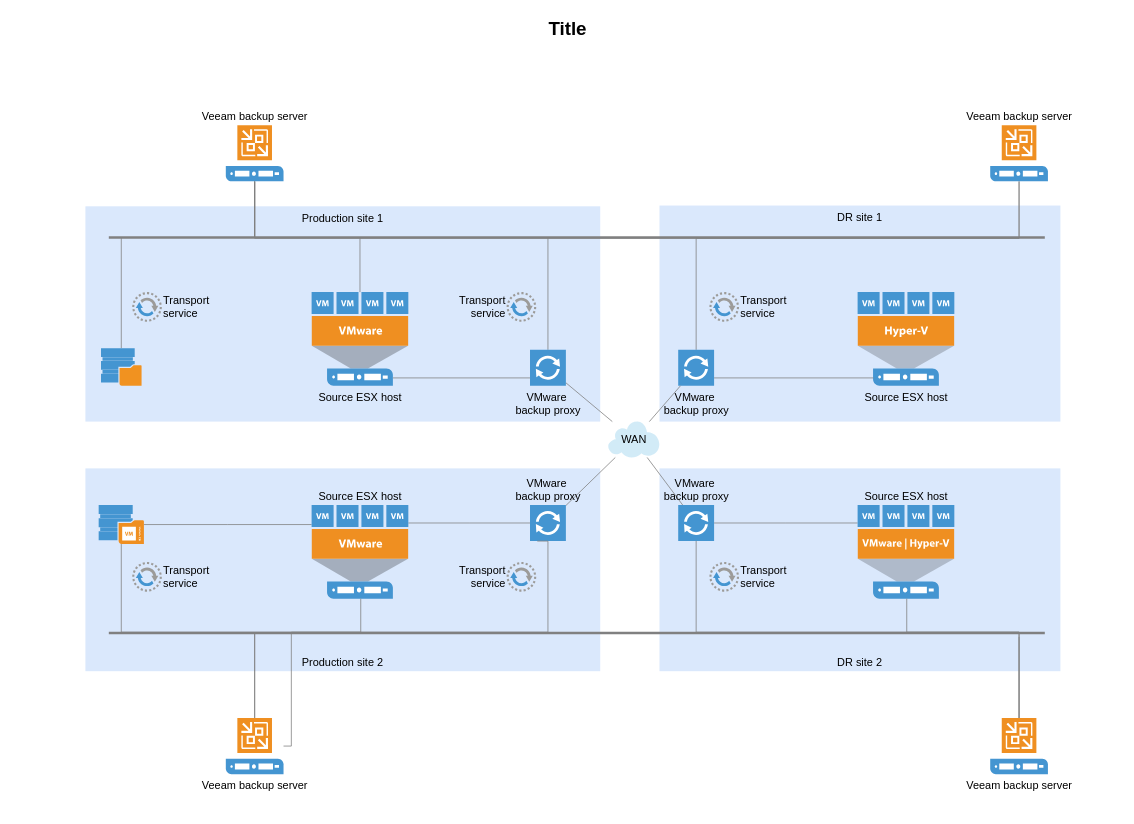
stanleyblue/clash-win-docs-new keeps this draw.io diagram as docs/未命名绘图.drawio. Above is the earlier version. Source tidied: cells renumbered, new cells numbered last; positions are measured from the earlier drawing's top-left corner, leaving out a move shared by most shapes. Both pictures are drawn from the tidied source at 78%, with x=0, y=0 at pixel (13, 13).
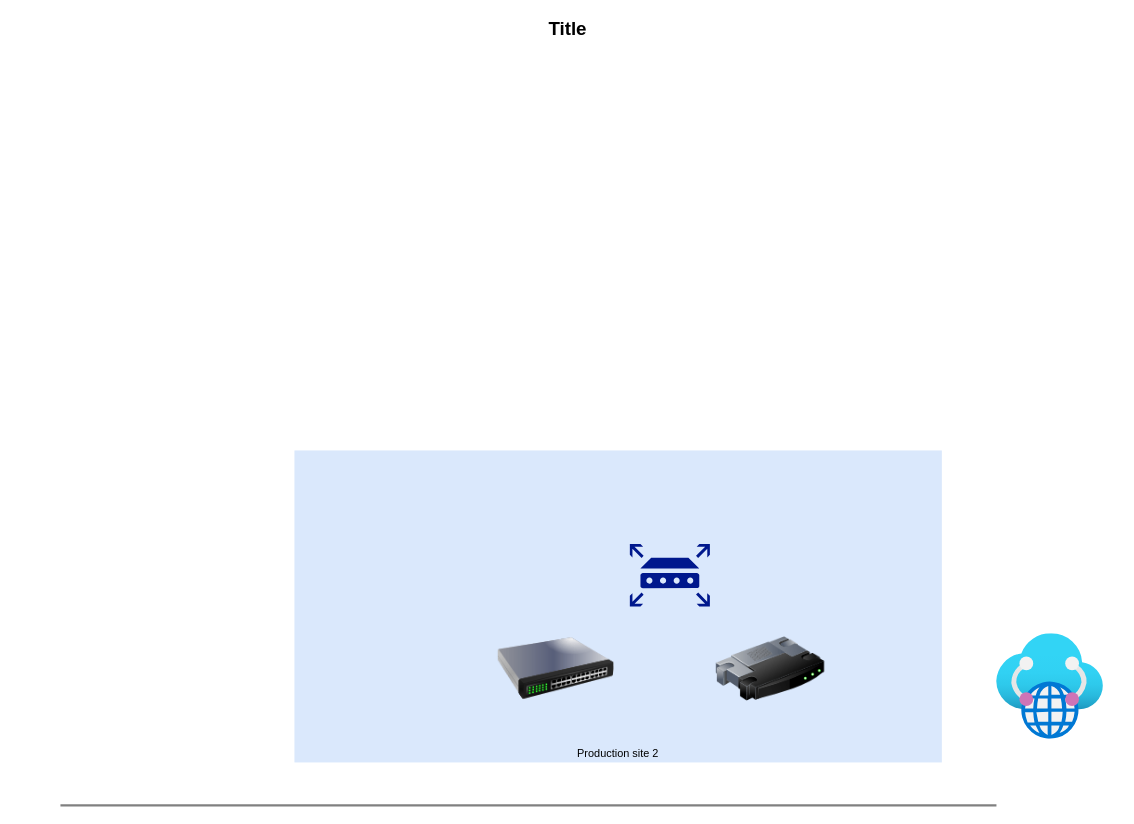
After the change.

The edit, as a diff of the source:
```diff
@@
-    <mxCell id="2" value="DR site 2" style="whiteSpace=wrap;html=1;fillColor=#dae8fc;fontSize=14;strokeColor=none;verticalAlign=bottom;" parent="1" vertex="1">
-      <mxGeometry x="828" y="583" width="514" height="260" as="geometry" />
-    </mxCell>
     <mxCell id="3" value="Production site 2" style="whiteSpace=wrap;html=1;fillColor=#dae8fc;fontSize=14;strokeColor=none;verticalAlign=bottom;" parent="1" vertex="1">
-      <mxGeometry x="92" y="583" width="660" height="260" as="geometry" />
+      <mxGeometry x="360" y="560" width="830" height="400" as="geometry" />
     </mxCell>
-    <mxCell id="4" value="DR site 1" style="whiteSpace=wrap;html=1;fillColor=#dae8fc;fontSize=14;strokeColor=none;verticalAlign=top;" parent="1" vertex="1">
-      <mxGeometry x="828" y="246" width="514" height="277" as="geometry" />
-    </mxCell>
-    <mxCell id="5" value="Production site 1" style="whiteSpace=wrap;html=1;fillColor=#dae8fc;fontSize=14;strokeColor=none;verticalAlign=top;" parent="1" vertex="1">
-      <mxGeometry x="92" y="247" width="660" height="276" as="geometry" />
-    </mxCell>
-    <mxCell id="6" style="edgeStyle=orthogonalEdgeStyle;rounded=0;html=1;startSize=10;endSize=10;jettySize=auto;fontSize=14;endArrow=none;endFill=0;strokeColor=#808080;" parent="1" edge="1" source="9" target="14">
-      <mxGeometry relative="1" as="geometry">
-        <Array as="points">
-          <mxPoint x="309" y="287" />
-          <mxPoint x="444" y="287" />
-        </Array>
-      </mxGeometry>
-    </mxCell>
-    <mxCell id="7" style="edgeStyle=orthogonalEdgeStyle;rounded=0;html=1;startSize=10;endSize=10;jettySize=auto;fontSize=14;endArrow=none;endFill=0;strokeColor=#808080;" parent="1" edge="1" source="9" target="18">
-      <mxGeometry relative="1" as="geometry">
-        <Array as="points">
-          <mxPoint x="309" y="287" />
-          <mxPoint x="685" y="287" />
-        </Array>
-      </mxGeometry>
-    </mxCell>
-    <mxCell id="8" style="edgeStyle=orthogonalEdgeStyle;rounded=0;html=1;startSize=10;endSize=10;jettySize=auto;fontSize=14;endArrow=none;endFill=0;strokeColor=#808080;" parent="1" edge="1" source="9" target="11">
-      <mxGeometry relative="1" as="geometry">
-        <Array as="points">
-          <mxPoint x="309" y="288" />
-          <mxPoint x="1289" y="288" />
-        </Array>
-      </mxGeometry>
-    </mxCell>
-    <mxCell id="9" value="Veeam backup server" style="shadow=0;dashed=0;html=1;strokeColor=none;fillColor=#4495D1;labelPosition=center;verticalLabelPosition=top;verticalAlign=bottom;shape=mxgraph.veeam.2d.veeam_backup_and_replication_server;fontSize=14;align=center;" parent="1" vertex="1">
-      <mxGeometry x="272" y="143" width="74" height="72" as="geometry" />
-    </mxCell>
-    <mxCell id="10" style="edgeStyle=orthogonalEdgeStyle;rounded=0;html=1;startSize=10;endSize=10;jettySize=auto;fontSize=14;endArrow=none;endFill=0;strokeColor=#808080;" parent="1" edge="1" source="11" target="20">
-      <mxGeometry relative="1" as="geometry">
-        <Array as="points">
-          <mxPoint x="1289" y="288" />
-          <mxPoint x="875" y="288" />
-        </Array>
-      </mxGeometry>
-    </mxCell>
-    <mxCell id="11" value="Veeam backup server" style="shadow=0;dashed=0;html=1;strokeColor=none;fillColor=#4495D1;labelPosition=center;verticalLabelPosition=top;verticalAlign=bottom;shape=mxgraph.veeam.2d.veeam_backup_and_replication_server;fontSize=14;align=center;" parent="1" vertex="1">
-      <mxGeometry x="1252" y="143" width="74" height="72" as="geometry" />
-    </mxCell>
-    <mxCell id="12" style="edgeStyle=orthogonalEdgeStyle;rounded=0;html=1;startSize=10;endSize=10;jettySize=auto;fontSize=14;endArrow=none;endFill=0;strokeColor=#808080;" parent="1" edge="1" source="13" target="9">
-      <mxGeometry relative="1" as="geometry">
-        <Array as="points">
-          <mxPoint x="138" y="287" />
-          <mxPoint x="309" y="287" />
-        </Array>
-      </mxGeometry>
-    </mxCell>
-    <mxCell id="13" style="shadow=0;dashed=0;html=1;strokeColor=none;fillColor=#4495D1;labelPosition=center;verticalLabelPosition=bottom;verticalAlign=top;shape=mxgraph.veeam.2d.backup_repository;fontSize=14;" parent="1" vertex="1">
-      <mxGeometry x="112" y="429" width="52" height="48" as="geometry" />
-    </mxCell>
-    <mxCell id="14" value="Source ESX host" style="shadow=0;dashed=0;html=1;strokeColor=none;fillColor=#4495D1;labelPosition=center;verticalLabelPosition=bottom;verticalAlign=top;shape=mxgraph.veeam.2d.vmware_host;fontSize=14;" parent="1" vertex="1">
-      <mxGeometry x="382" y="357" width="124" height="120" as="geometry" />
-    </mxCell>
-    <mxCell id="15" value="Source ESX host" style="shadow=0;dashed=0;html=1;strokeColor=none;fillColor=#4495D1;labelPosition=center;verticalLabelPosition=bottom;verticalAlign=top;shape=mxgraph.veeam.2d.hyper_v_host;fontFamily=Helvetica;fontSize=14;fontColor=#000000;align=center;" parent="1" vertex="1">
-      <mxGeometry x="1082" y="357" width="124" height="120" as="geometry" />
-    </mxCell>
-    <mxCell id="16" style="rounded=0;html=1;startSize=10;endSize=10;jettySize=auto;fontSize=14;endArrow=none;endFill=0;strokeColor=#808080;" parent="1" edge="1" source="18" target="22">
-      <mxGeometry relative="1" as="geometry" />
-    </mxCell>
-    <mxCell id="17" style="edgeStyle=elbowEdgeStyle;rounded=0;elbow=vertical;html=1;startSize=10;endArrow=none;endFill=0;endSize=10;jettySize=auto;strokeColor=#808080;fontSize=14;entryX=0.841;entryY=0.917;entryPerimeter=0;" parent="1" edge="1" source="18" target="14">
-      <mxGeometry relative="1" as="geometry">
-        <Array as="points">
-          <mxPoint x="584" y="467" />
-        </Array>
-      </mxGeometry>
-    </mxCell>
-    <mxCell id="18" value="VMware&amp;nbsp;&lt;div&gt;backup&amp;nbsp;&lt;span&gt;proxy&lt;/span&gt;&lt;/div&gt;" style="shadow=0;dashed=0;html=1;strokeColor=none;fillColor=#4495D1;labelPosition=center;verticalLabelPosition=bottom;verticalAlign=top;shape=mxgraph.veeam.2d.proxy;fontSize=14;" parent="1" vertex="1">
-      <mxGeometry x="662" y="431" width="46" height="46" as="geometry" />
-    </mxCell>
-    <mxCell id="19" style="edgeStyle=elbowEdgeStyle;rounded=0;html=1;startSize=10;endSize=10;jettySize=auto;fontSize=14;endArrow=none;endFill=0;strokeColor=#808080;elbow=vertical;entryX=0.164;entryY=0.919;entryPerimeter=0;" parent="1" edge="1" source="20" target="15">
-      <mxGeometry relative="1" as="geometry">
-        <Array as="points">
-          <mxPoint x="990" y="467" />
-        </Array>
-      </mxGeometry>
-    </mxCell>
-    <mxCell id="20" value="VMware&amp;nbsp;&lt;div&gt;backup&amp;nbsp;&lt;span&gt;proxy&lt;/span&gt;&lt;/div&gt;" style="shadow=0;dashed=0;html=1;strokeColor=none;fillColor=#4495D1;labelPosition=center;verticalLabelPosition=bottom;verticalAlign=top;shape=mxgraph.veeam.2d.proxy;fontSize=14;" parent="1" vertex="1">
-      <mxGeometry x="852" y="431" width="46" height="46" as="geometry" />
-    </mxCell>
-    <mxCell id="21" style="rounded=0;html=1;startSize=10;endSize=10;jettySize=auto;fontSize=14;endArrow=none;endFill=0;strokeColor=#808080;" parent="1" edge="1" source="22" target="20">
-      <mxGeometry relative="1" as="geometry" />
-    </mxCell>
-    <mxCell id="22" value="WAN" style="shadow=0;dashed=0;html=1;strokeColor=none;fillColor=#4495D1;labelPosition=center;verticalLabelPosition=middle;verticalAlign=middle;shape=mxgraph.veeam.2d.cloud;fontSize=14;align=center;" parent="1" vertex="1">
-      <mxGeometry x="762" y="523" width="66" height="46" as="geometry" />
-    </mxCell>
-    <mxCell id="23" value="Transport&lt;div&gt;service&lt;/div&gt;" style="shadow=0;dashed=0;html=1;strokeColor=none;fillColor=#4495D1;labelPosition=right;verticalLabelPosition=middle;verticalAlign=middle;shape=mxgraph.veeam.2d.data_mover;fontSize=14;align=left;" parent="1" vertex="1">
-      <mxGeometry x="152" y="357" width="38" height="38" as="geometry" />
-    </mxCell>
-    <mxCell id="24" value="Transport&lt;div&gt;service&lt;/div&gt;" style="shadow=0;dashed=0;html=1;strokeColor=none;fillColor=#4495D1;labelPosition=left;verticalLabelPosition=middle;verticalAlign=middle;shape=mxgraph.veeam.2d.data_mover;fontSize=14;align=right;" parent="1" vertex="1">
-      <mxGeometry x="632" y="357" width="38" height="38" as="geometry" />
-    </mxCell>
-    <mxCell id="25" value="Transport&lt;div&gt;service&lt;/div&gt;" style="shadow=0;dashed=0;html=1;strokeColor=none;fillColor=#4495D1;labelPosition=right;verticalLabelPosition=middle;verticalAlign=middle;shape=mxgraph.veeam.2d.data_mover;fontSize=14;align=left;" parent="1" vertex="1">
-      <mxGeometry x="892" y="357" width="38" height="38" as="geometry" />
-    </mxCell>
-    <mxCell id="26" style="edgeStyle=elbowEdgeStyle;rounded=0;html=1;startSize=10;endSize=10;jettySize=auto;fontSize=14;endArrow=none;endFill=0;strokeColor=#808080;elbow=vertical;" parent="1" edge="1" source="27" target="29">
-      <mxGeometry relative="1" as="geometry" />
-    </mxCell>
-    <mxCell id="27" style="shadow=0;dashed=0;html=1;strokeColor=none;fillColor=#4495D1;labelPosition=center;verticalLabelPosition=bottom;verticalAlign=top;shape=mxgraph.veeam.2d.backup_repository_2;fontSize=14;" parent="1" vertex="1">
-      <mxGeometry x="109" y="630" width="58" height="50" as="geometry" />
-    </mxCell>
-    <mxCell id="28" style="edgeStyle=elbowEdgeStyle;rounded=0;html=1;startSize=10;endSize=10;jettySize=auto;fontSize=14;endArrow=none;endFill=0;strokeColor=#808080;elbow=vertical;" parent="1" edge="1" source="29" target="31">
-      <mxGeometry relative="1" as="geometry" />
-    </mxCell>
-    <mxCell id="29" value="Source ESX host" style="shadow=0;dashed=0;html=1;strokeColor=none;fillColor=#4495D1;labelPosition=center;verticalLabelPosition=top;verticalAlign=bottom;shape=mxgraph.veeam.2d.vmware_host;fontSize=14;align=center;" parent="1" vertex="1">
-      <mxGeometry x="382" y="630" width="124" height="120" as="geometry" />
-    </mxCell>
-    <mxCell id="30" style="rounded=0;html=1;startSize=10;endSize=10;jettySize=auto;fontSize=14;endArrow=none;endFill=0;strokeColor=#808080;" parent="1" edge="1" source="31" target="22">
-      <mxGeometry relative="1" as="geometry" />
-    </mxCell>
-    <mxCell id="31" value="VMware&amp;nbsp;&lt;div&gt;backup&amp;nbsp;&lt;span&gt;proxy&lt;/span&gt;&lt;/div&gt;" style="shadow=0;dashed=0;html=1;strokeColor=none;fillColor=#4495D1;labelPosition=center;verticalLabelPosition=top;verticalAlign=bottom;shape=mxgraph.veeam.2d.proxy;fontSize=14;align=center;" parent="1" vertex="1">
-      <mxGeometry x="662" y="630" width="46" height="46" as="geometry" />
-    </mxCell>
-    <mxCell id="32" style="rounded=0;html=1;startSize=10;endSize=10;jettySize=auto;fontSize=14;endArrow=none;endFill=0;strokeColor=#808080;" parent="1" edge="1" source="34" target="22">
-      <mxGeometry relative="1" as="geometry" />
-    </mxCell>
-    <mxCell id="33" style="edgeStyle=elbowEdgeStyle;rounded=0;html=1;startSize=10;endSize=10;jettySize=auto;fontSize=14;endArrow=none;endFill=0;strokeColor=#808080;elbow=vertical;" parent="1" edge="1" source="34" target="35">
-      <mxGeometry relative="1" as="geometry" />
-    </mxCell>
-    <mxCell id="34" value="VMware&amp;nbsp;&lt;div&gt;backup&amp;nbsp;&lt;span&gt;proxy&lt;/span&gt;&lt;/div&gt;" style="shadow=0;dashed=0;html=1;strokeColor=none;fillColor=#4495D1;labelPosition=center;verticalLabelPosition=top;verticalAlign=bottom;shape=mxgraph.veeam.2d.proxy;fontSize=14;align=center;" parent="1" vertex="1">
-      <mxGeometry x="852" y="630" width="46" height="46" as="geometry" />
-    </mxCell>
-    <mxCell id="35" value="Source ESX host" style="shadow=0;dashed=0;html=1;strokeColor=none;fillColor=#4495D1;labelPosition=center;verticalLabelPosition=top;verticalAlign=bottom;shape=mxgraph.veeam.2d.hyper_v_vmware_host;fontSize=14;align=center;" parent="1" vertex="1">
-      <mxGeometry x="1082" y="630" width="124" height="120" as="geometry" />
-    </mxCell>
-    <mxCell id="36" style="edgeStyle=orthogonalEdgeStyle;rounded=0;html=1;startSize=10;endSize=10;jettySize=auto;fontSize=14;endArrow=none;endFill=0;strokeColor=#808080;" parent="1" edge="1" source="39" target="27">
-      <mxGeometry relative="1" as="geometry">
-        <Array as="points">
-          <mxPoint x="309" y="793" />
-          <mxPoint x="138" y="793" />
-        </Array>
-      </mxGeometry>
-    </mxCell>
-    <mxCell id="37" style="edgeStyle=orthogonalEdgeStyle;rounded=0;html=1;startSize=10;endSize=10;jettySize=auto;fontSize=14;endArrow=none;endFill=0;strokeColor=#808080;" parent="1" edge="1" source="39" target="29">
-      <mxGeometry relative="1" as="geometry">
-        <Array as="points">
-          <mxPoint x="309" y="793" />
-          <mxPoint x="445" y="793" />
-        </Array>
-      </mxGeometry>
-    </mxCell>
-    <mxCell id="38" style="edgeStyle=orthogonalEdgeStyle;rounded=0;html=1;entryX=0.202;entryY=1.004;entryPerimeter=0;startSize=10;endSize=10;jettySize=auto;fontSize=14;endArrow=none;endFill=0;strokeColor=#808080;" parent="1" edge="1" source="39" target="31">
-      <mxGeometry relative="1" as="geometry">
-        <Array as="points">
-          <mxPoint x="356" y="793" />
-          <mxPoint x="685" y="793" />
-          <mxPoint x="685" y="677" />
-        </Array>
-      </mxGeometry>
-    </mxCell>
-    <mxCell id="39" value="Veeam backup server" style="shadow=0;dashed=0;html=1;strokeColor=none;fillColor=#4495D1;labelPosition=center;verticalLabelPosition=bottom;verticalAlign=top;shape=mxgraph.veeam.2d.veeam_backup_and_replication_server;fontSize=14;" parent="1" vertex="1">
-      <mxGeometry x="272" y="903" width="74" height="72" as="geometry" />
-    </mxCell>
-    <mxCell id="40" style="edgeStyle=orthogonalEdgeStyle;rounded=0;html=1;startSize=10;endSize=10;jettySize=auto;fontSize=14;endArrow=none;endFill=0;strokeColor=#808080;" parent="1" edge="1" source="42" target="35">
-      <mxGeometry relative="1" as="geometry">
-        <Array as="points">
-          <mxPoint x="1289" y="793" />
-          <mxPoint x="1145" y="793" />
-        </Array>
-      </mxGeometry>
-    </mxCell>
-    <mxCell id="41" style="edgeStyle=orthogonalEdgeStyle;rounded=0;html=1;startSize=10;endSize=10;jettySize=auto;fontSize=14;endArrow=none;endFill=0;strokeColor=#808080;" parent="1" edge="1" source="42" target="34">
-      <mxGeometry relative="1" as="geometry">
-        <Array as="points">
-          <mxPoint x="1289" y="793" />
-          <mxPoint x="875" y="793" />
-        </Array>
-      </mxGeometry>
-    </mxCell>
-    <mxCell id="42" value="Veeam backup server" style="shadow=0;dashed=0;html=1;strokeColor=none;fillColor=#4495D1;labelPosition=center;verticalLabelPosition=bottom;verticalAlign=top;shape=mxgraph.veeam.2d.veeam_backup_and_replication_server;fontSize=14;" parent="1" vertex="1">
-      <mxGeometry x="1252" y="903" width="74" height="72" as="geometry" />
-    </mxCell>
-    <mxCell id="43" value="Transport&lt;div&gt;service&lt;/div&gt;" style="shadow=0;dashed=0;html=1;strokeColor=none;fillColor=#4495D1;labelPosition=right;verticalLabelPosition=middle;verticalAlign=middle;shape=mxgraph.veeam.2d.data_mover;fontSize=14;align=left;" parent="1" vertex="1">
-      <mxGeometry x="152" y="703" width="38" height="38" as="geometry" />
-    </mxCell>
-    <mxCell id="44" value="Transport&lt;div&gt;service&lt;/div&gt;" style="shadow=0;dashed=0;html=1;strokeColor=none;fillColor=#4495D1;labelPosition=left;verticalLabelPosition=middle;verticalAlign=middle;shape=mxgraph.veeam.2d.data_mover;fontSize=14;align=right;" parent="1" vertex="1">
-      <mxGeometry x="632" y="703" width="38" height="38" as="geometry" />
-    </mxCell>
-    <mxCell id="45" value="Transport&lt;div&gt;service&lt;/div&gt;" style="shadow=0;dashed=0;html=1;strokeColor=none;fillColor=#4495D1;labelPosition=right;verticalLabelPosition=middle;verticalAlign=middle;shape=mxgraph.veeam.2d.data_mover;fontSize=14;align=left;" parent="1" vertex="1">
-      <mxGeometry x="892" y="703" width="38" height="38" as="geometry" />
-    </mxCell>
-    <mxCell id="46" style="line;strokeWidth=3;html=1;fillColor=none;gradientColor=none;fontSize=14;strokeColor=#808080;" parent="1" vertex="1">
-      <mxGeometry x="122" y="282" width="1200" height="10" as="geometry" />
-    </mxCell>
     <mxCell id="47" style="line;strokeWidth=3;html=1;fillColor=none;gradientColor=none;fontSize=14;strokeColor=#808080;" parent="1" vertex="1">
-      <mxGeometry x="122" y="789" width="1200" height="10" as="geometry" />
+      <mxGeometry x="60" y="1010" width="1200" height="10" as="geometry" />
     </mxCell>
-    <mxCell id="48" style="edgeStyle=orthogonalEdgeStyle;rounded=0;html=1;startSize=10;endSize=10;jettySize=auto;fontSize=14;endArrow=none;endFill=0;strokeColor=#808080;" parent="1" edge="1" source="42" target="47">
-      <mxGeometry relative="1" as="geometry">
-        <Array as="points">
-          <mxPoint x="1289" y="793" />
-        </Array>
-      </mxGeometry>
-    </mxCell>
@@
+    <mxCell id="50" style="image;html=1;image=img/lib/clip_art/networking/Switch_128x128.png;" parent="1" vertex="1">
+      <mxGeometry x="620" y="780" width="150" height="120" as="geometry" />
+    </mxCell>
+    <mxCell id="51" style="image;html=1;image=img/lib/clip_art/networking/Router_128x128.png;" parent="1" vertex="1">
+      <mxGeometry x="900" y="795" width="140" height="90" as="geometry" />
+    </mxCell>
+    <mxCell id="52" style="html=1;align=center;image;fontSize=12;image=img/lib/azure2/networking/Virtual_WANs.svg;" parent="1" vertex="1">
+      <mxGeometry x="1260" y="795" width="137.1" height="135" as="geometry" />
+    </mxCell>
+    <mxCell id="53" style="sketch=0;shadow=0;dashed=0;html=1;strokeColor=none;labelPosition=center;verticalLabelPosition=bottom;verticalAlign=top;align=center;fillColor=#00188D;shape=mxgraph.mscae.enterprise.router;" parent="1" vertex="1">
+      <mxGeometry x="790" y="680" width="102.6" height="80" as="geometry" />
+    </mxCell>
```
